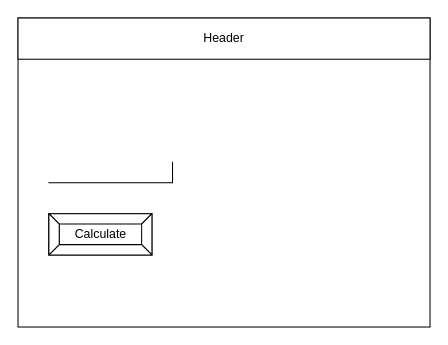
Claire-Bedrossian/ICS2O-Unit5-01-JS keeps this draw.io diagram as design/story-board.drawio. Above is the earlier version. Source tidied: cells renumbered, new cells numbered last; positions are measured from the earlier drawing's top-left corner, leaving out a move shared by most shapes. Both pictures are drawn from the tidied source at 103%, with x=0, y=0 at pixel (18, 18).
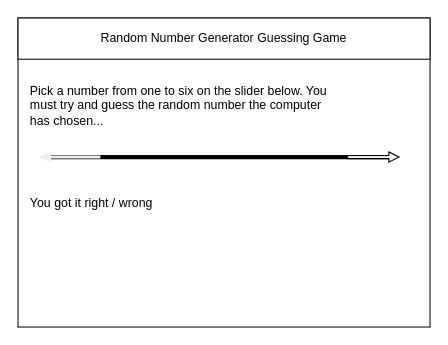
Above is the later version.

Change to the diagram source:
```diff
@@
 <mxGraphModel>
   <root>
     <mxCell id="0" />
     <mxCell id="1" parent="0" />
     <mxCell id="2" style="rounded=0;whiteSpace=wrap;html=1;" parent="1" vertex="1">
       <mxGeometry width="400" height="300" as="geometry" />
     </mxCell>
-    <mxCell id="3" value="Header" style="rounded=0;whiteSpace=wrap;html=1;" parent="1" vertex="1">
+    <mxCell id="3" value="Random Number Generator Guessing Game" style="rounded=0;whiteSpace=wrap;html=1;" parent="1" vertex="1">
       <mxGeometry width="400" height="40" as="geometry" />
     </mxCell>
-    <mxCell id="4" style="shape=partialRectangle;whiteSpace=wrap;html=1;top=0;left=0;fillColor=none;" parent="1" vertex="1">
-      <mxGeometry x="30" y="140" width="120" height="20" as="geometry" />
-    </mxCell>
-    <mxCell id="5" value="Calculate" style="labelPosition=center;verticalLabelPosition=middle;align=center;html=1;shape=mxgraph.basic.button;dx=10;" parent="1" vertex="1">
-      <mxGeometry x="30" y="190" width="100" height="40" as="geometry" />
+    <mxCell id="5" style="line;strokeWidth=4;html=1;perimeter=backbonePerimeter;" parent="1" vertex="1">
+      <mxGeometry x="30" y="130" width="330" height="10" as="geometry" />
     </mxCell>
+    <mxCell id="6" value="You got it right / wrong" style="text;html=1;strokeColor=none;fillColor=none;align=left;verticalAlign=middle;whiteSpace=wrap;overflow=hidden;" parent="1" vertex="1">
+      <mxGeometry x="10" y="170" width="150" height="20" as="geometry" />
+    </mxCell>
+    <mxCell id="7" value="Pick a number from one to six on the slider below. You must try and guess the random number the computer has chosen...&amp;nbsp;" style="text;html=1;strokeColor=none;fillColor=none;align=left;verticalAlign=middle;whiteSpace=wrap;overflow=hidden;" parent="1" vertex="1">
+      <mxGeometry x="10" y="60" width="300" height="50" as="geometry" />
+    </mxCell>
+    <mxCell id="8" style="shape=singleArrow;direction=west;whiteSpace=wrap;html=1;fillColor=#EEEEEE;strokeColor=none;" parent="1" vertex="1">
+      <mxGeometry x="20" y="130" width="60" height="10" as="geometry" />
+    </mxCell>
+    <mxCell id="9" style="shape=singleArrow;whiteSpace=wrap;html=1;fillColor=#EEEEEE;" parent="1" vertex="1">
+      <mxGeometry x="320" y="130" width="50" height="10" as="geometry" />
+    </mxCell>
   </root>
 </mxGraphModel>
```
